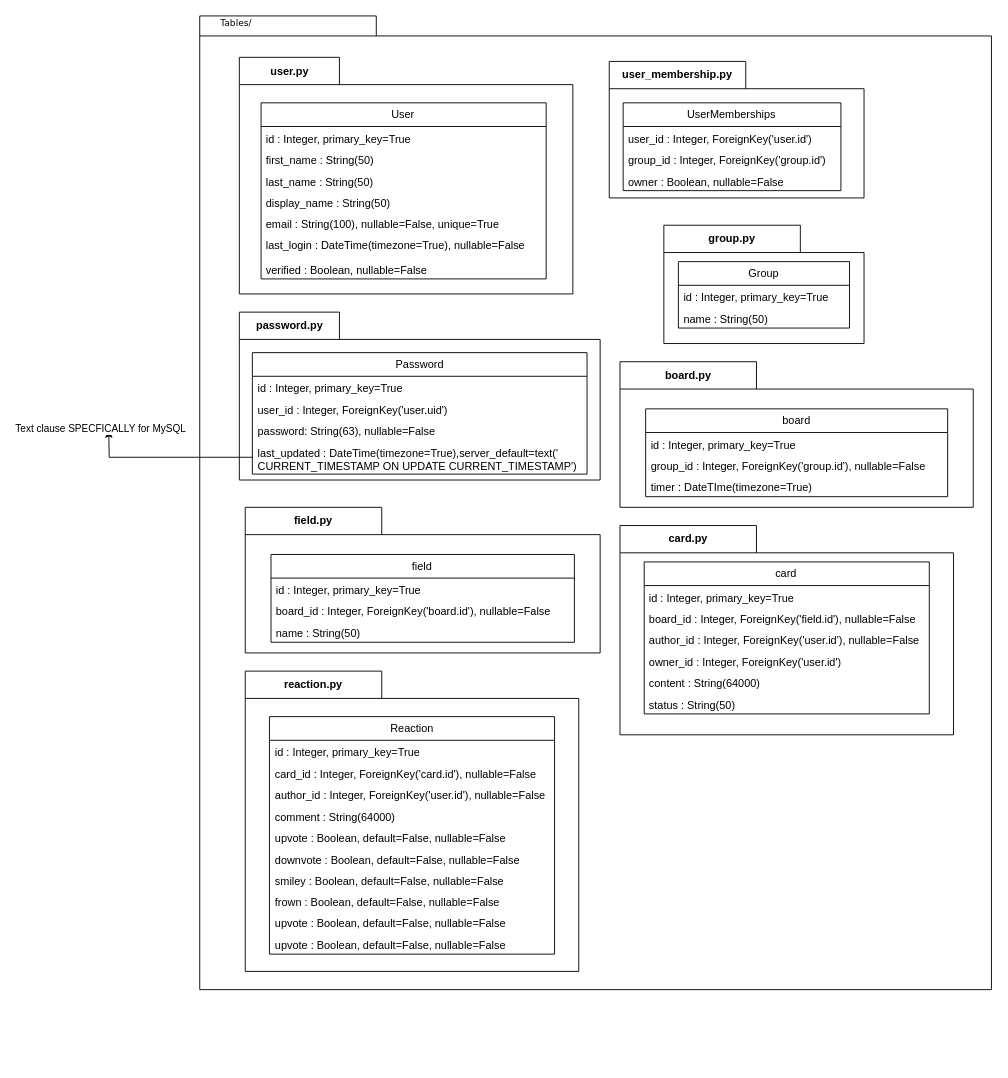
Above: .diagrams/.be/tables-folder.drawio in Bilgecrank/hindsite (draw.io), before the change. Source tidied: cells renumbered, new cells numbered last; positions are measured from the earlier drawing's top-left corner, leaving out a move shared by most shapes. Both pictures are drawn from the tidied source at 91%, with x=0, y=0 at pixel (108, 15).
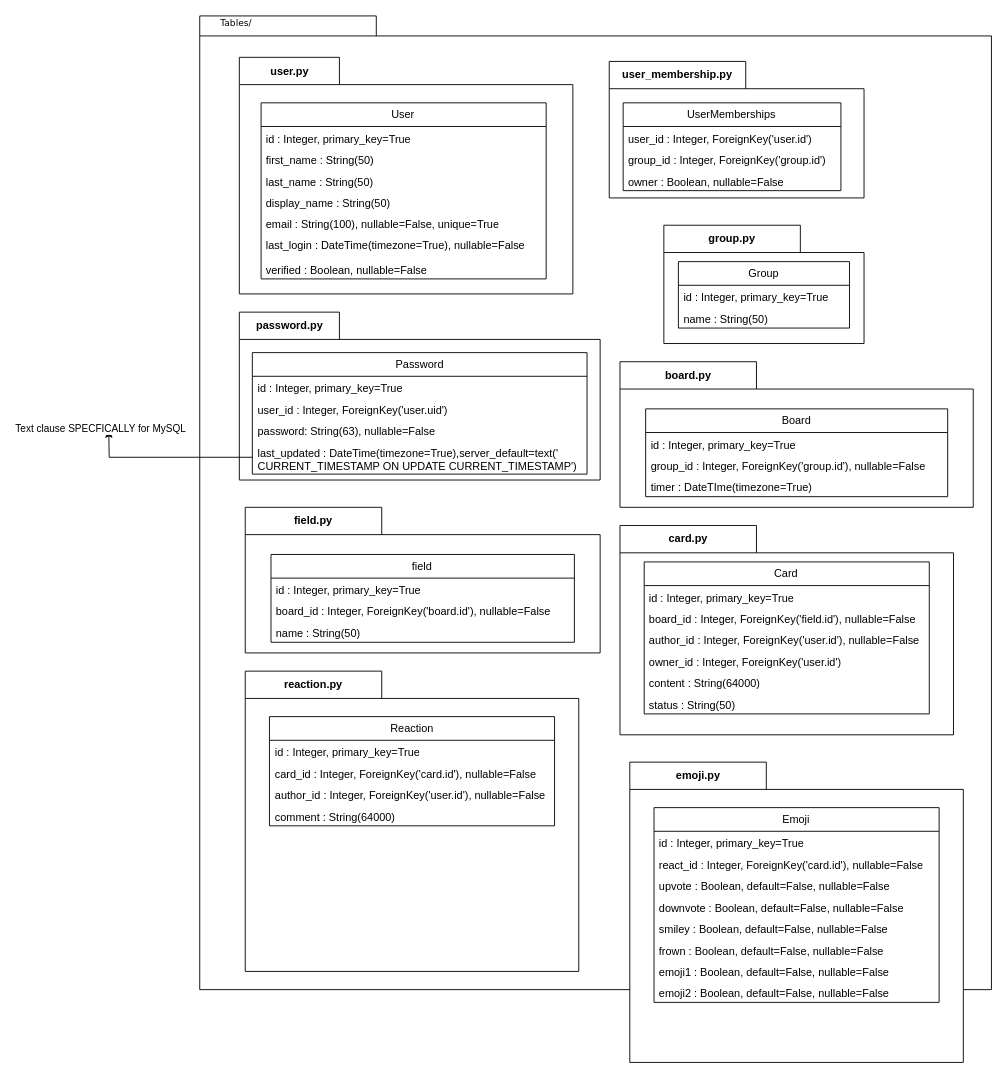
After the change.

The change refers to these unchanged cells:
```xml
<mxCell id="34" value="board.py" style="shape=folder;fontStyle=1;tabWidth=150;tabHeight=30;tabPosition=left;html=1;boundedLbl=1;labelInHeader=1;whiteSpace=wrap;" parent="1" vertex="1">
  <mxGeometry x="561.8" y="380" width="388.2" height="160" as="geometry" />
</mxCell>
<mxCell id="46" value="card.py" style="shape=folder;fontStyle=1;tabWidth=150;tabHeight=30;tabPosition=left;html=1;boundedLbl=1;labelInHeader=1;whiteSpace=wrap;" parent="1" vertex="1">
  <mxGeometry x="561.8" y="560" width="366.5" height="230" as="geometry" />
</mxCell>
<mxCell id="55" value="reaction.py" style="shape=folder;fontStyle=1;tabWidth=150;tabHeight=30;tabPosition=left;html=1;boundedLbl=1;labelInHeader=1;whiteSpace=wrap;" parent="1" vertex="1">
  <mxGeometry x="150" y="720" width="366.5" height="330" as="geometry" />
</mxCell>
```

Diff of the diagram source:
```diff
@@
-    <mxCell id="36" value="board" style="swimlane;fontStyle=0;horizontal=1;startSize=26;fillColor=none;whiteSpace=wrap;html=1;" parent="34" vertex="1">
+    <mxCell id="36" value="Board" style="swimlane;fontStyle=0;horizontal=1;startSize=26;fillColor=none;whiteSpace=wrap;html=1;" parent="34" vertex="1">
       <mxGeometry x="28.2" y="51.8" width="331.9" height="96.5" as="geometry" />
     </mxCell>
@@
-    <mxCell id="48" value="card" style="swimlane;fontStyle=0;horizontal=1;startSize=26;fillColor=none;whiteSpace=wrap;html=1;" parent="46" vertex="1">
+    <mxCell id="48" value="Card" style="swimlane;fontStyle=0;horizontal=1;startSize=26;fillColor=none;whiteSpace=wrap;html=1;" parent="46" vertex="1">
       <mxGeometry x="26.6" y="40" width="313.3" height="167" as="geometry" />
     </mxCell>
@@
     <mxCell id="57" value="Reaction" style="swimlane;fontStyle=0;horizontal=1;startSize=26;fillColor=none;whiteSpace=wrap;html=1;" parent="55" vertex="1">
-      <mxGeometry x="26.6" y="50" width="313.3" height="261" as="geometry" />
+      <mxGeometry x="26.6" y="50" width="313.3" height="120" as="geometry" />
     </mxCell>
@@
-    <mxCell id="62" value="upvote : Boolean, default=False, nullable=False" style="text;strokeColor=none;fillColor=none;align=left;verticalAlign=top;spacingLeft=4;spacingRight=4;overflow=hidden;whiteSpace=wrap;html=1;" parent="57" vertex="1">
-      <mxGeometry y="120" width="313.3" height="23.5" as="geometry" />
-    </mxCell>
+    <mxCell id="68" value="emoji.py" style="shape=folder;fontStyle=1;tabWidth=150;tabHeight=30;tabPosition=left;html=1;boundedLbl=1;labelInHeader=1;whiteSpace=wrap;" parent="1" vertex="1">
+      <mxGeometry x="572.6" y="820" width="366.5" height="330" as="geometry" />
+    </mxCell>
+    <mxCell id="69" style="html=1;strokeColor=none;fillColor=none;whiteSpace=wrap;" parent="68" vertex="1">
+      <mxGeometry width="366.5" height="181.5" relative="1" as="geometry">
+        <mxPoint y="30" as="offset" />
+      </mxGeometry>
+    </mxCell>
+    <mxCell id="70" value="Emoji" style="swimlane;fontStyle=0;horizontal=1;startSize=26;fillColor=none;whiteSpace=wrap;html=1;" parent="68" vertex="1">
+      <mxGeometry x="26.6" y="50" width="313.3" height="214" as="geometry" />
+    </mxCell>
+    <mxCell id="71" value="id : Integer, primary_key=True" style="text;strokeColor=none;fillColor=none;align=left;verticalAlign=top;spacingLeft=4;spacingRight=4;overflow=hidden;whiteSpace=wrap;html=1;" parent="70" vertex="1">
+      <mxGeometry y="26" width="313.3" height="23.5" as="geometry" />
+    </mxCell>
+    <mxCell id="72" value="react_id : Integer, ForeignKey('card.id'), nullable=False" style="text;strokeColor=none;fillColor=none;align=left;verticalAlign=top;spacingLeft=4;spacingRight=4;overflow=hidden;whiteSpace=wrap;html=1;" parent="70" vertex="1">
+      <mxGeometry y="49.5" width="313.3" height="23.5" as="geometry" />
+    </mxCell>
+    <mxCell id="73" value="upvote : Boolean, default=False, nullable=False" style="text;strokeColor=none;fillColor=none;align=left;verticalAlign=top;spacingLeft=4;spacingRight=4;overflow=hidden;whiteSpace=wrap;html=1;" parent="70" vertex="1">
+      <mxGeometry y="73" width="313.3" height="23.5" as="geometry" />
+    </mxCell>
-    <mxCell id="63" value="downvote : Boolean, default=False, nullable=False" style="text;strokeColor=none;fillColor=none;align=left;verticalAlign=top;spacingLeft=4;spacingRight=4;overflow=hidden;whiteSpace=wrap;html=1;" parent="57" vertex="1">
-      <mxGeometry y="143.5" width="313.3" height="23.5" as="geometry" />
+    <mxCell id="63" value="downvote : Boolean, default=False, nullable=False" style="text;strokeColor=none;fillColor=none;align=left;verticalAlign=top;spacingLeft=4;spacingRight=4;overflow=hidden;whiteSpace=wrap;html=1;" parent="70" vertex="1">
+      <mxGeometry y="96.5" width="313.3" height="23.5" as="geometry" />
     </mxCell>
-    <mxCell id="64" value="smiley : Boolean, default=False, nullable=False" style="text;strokeColor=none;fillColor=none;align=left;verticalAlign=top;spacingLeft=4;spacingRight=4;overflow=hidden;whiteSpace=wrap;html=1;" parent="57" vertex="1">
-      <mxGeometry y="167" width="313.3" height="23.5" as="geometry" />
+    <mxCell id="64" value="smiley : Boolean, default=False, nullable=False" style="text;strokeColor=none;fillColor=none;align=left;verticalAlign=top;spacingLeft=4;spacingRight=4;overflow=hidden;whiteSpace=wrap;html=1;" parent="70" vertex="1">
+      <mxGeometry y="120" width="313.3" height="23.5" as="geometry" />
     </mxCell>
-    <mxCell id="65" value="frown : Boolean, default=False, nullable=False" style="text;strokeColor=none;fillColor=none;align=left;verticalAlign=top;spacingLeft=4;spacingRight=4;overflow=hidden;whiteSpace=wrap;html=1;" parent="57" vertex="1">
-      <mxGeometry y="190.5" width="313.3" height="23.5" as="geometry" />
+    <mxCell id="65" value="frown : Boolean, default=False, nullable=False" style="text;strokeColor=none;fillColor=none;align=left;verticalAlign=top;spacingLeft=4;spacingRight=4;overflow=hidden;whiteSpace=wrap;html=1;" parent="70" vertex="1">
+      <mxGeometry y="143.5" width="313.3" height="23.5" as="geometry" />
     </mxCell>
-    <mxCell id="66" value="upvote : Boolean, default=False, nullable=False" style="text;strokeColor=none;fillColor=none;align=left;verticalAlign=top;spacingLeft=4;spacingRight=4;overflow=hidden;whiteSpace=wrap;html=1;" parent="57" vertex="1">
-      <mxGeometry y="214" width="313.3" height="23.5" as="geometry" />
-    </mxCell>
-    <mxCell id="67" value="upvote : Boolean, default=False, nullable=False" style="text;strokeColor=none;fillColor=none;align=left;verticalAlign=top;spacingLeft=4;spacingRight=4;overflow=hidden;whiteSpace=wrap;html=1;" parent="57" vertex="1">
-      <mxGeometry y="237.5" width="313.3" height="23.5" as="geometry" />
-    </mxCell>
+    <mxCell id="74" value="emoji1 : Boolean, default=False, nullable=False" style="text;strokeColor=none;fillColor=none;align=left;verticalAlign=top;spacingLeft=4;spacingRight=4;overflow=hidden;whiteSpace=wrap;html=1;" parent="70" vertex="1">
+      <mxGeometry y="167" width="313.3" height="23.5" as="geometry" />
+    </mxCell>
+    <mxCell id="75" value="emoji2 : Boolean, default=False, nullable=False" style="text;strokeColor=none;fillColor=none;align=left;verticalAlign=top;spacingLeft=4;spacingRight=4;overflow=hidden;whiteSpace=wrap;html=1;" parent="70" vertex="1">
+      <mxGeometry y="190.5" width="313.3" height="23.5" as="geometry" />
+    </mxCell>
```
